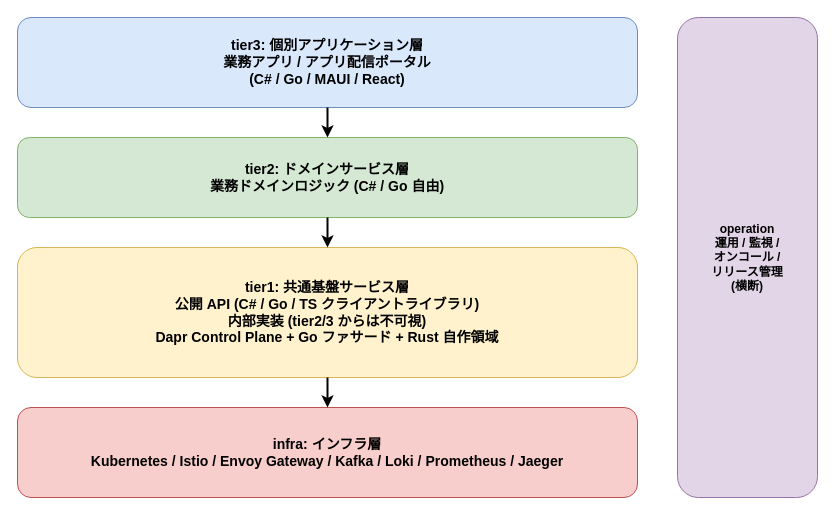
Above: docs/01_企画/02_アーキテクチャ/img/レイヤ構成.drawio in RyuheiKiso/k1s0 (draw.io), before the change. Source tidied: cells renumbered, new cells numbered last; positions are measured from the earlier drawing's top-left corner, leaving out a move shared by most shapes. Both pictures are drawn from the tidied source at 100%, with x=0, y=0 at pixel (17, 17).
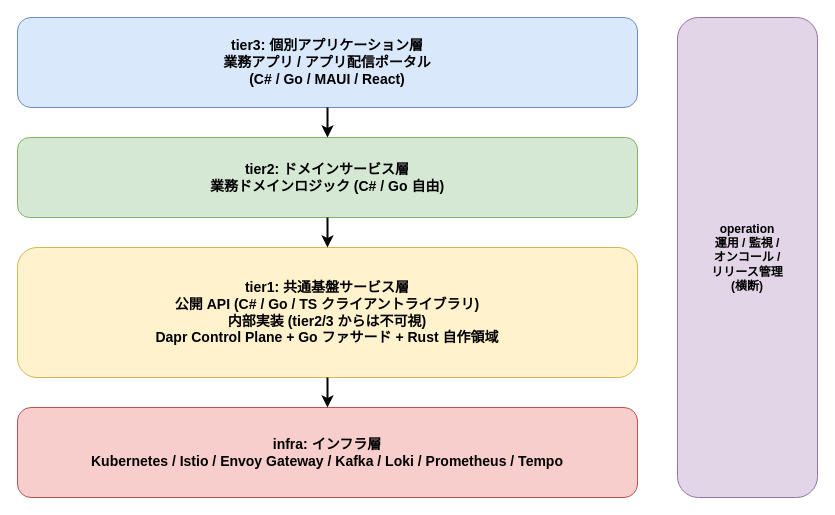
Above is the later version.

What changed in the source:
```diff
@@
 <mxGraphModel>
   <root>
     <mxCell id="0" />
     <mxCell id="1" parent="0" />
     <mxCell id="2" value="tier3: 個別アプリケーション層&#10;業務アプリ / アプリ配信ポータル&#10;(C# / Go / MAUI / React)" style="rounded=1;whiteSpace=wrap;html=1;fillColor=#dae8fc;strokeColor=#6c8ebf;fontSize=14;fontStyle=1;" parent="1" vertex="1">
       <mxGeometry width="620" height="90" as="geometry" />
     </mxCell>
     <mxCell id="3" value="tier2: ドメインサービス層&#10;業務ドメインロジック (C# / Go 自由)" style="rounded=1;whiteSpace=wrap;html=1;fillColor=#d5e8d4;strokeColor=#82b366;fontSize=14;fontStyle=1;" parent="1" vertex="1">
       <mxGeometry y="120" width="620" height="80" as="geometry" />
     </mxCell>
     <mxCell id="4" value="tier1: 共通基盤サービス層&#10;公開 API (C# / Go / TS クライアントライブラリ)&#10;内部実装 (tier2/3 からは不可視)&#10;Dapr Control Plane + Go ファサード + Rust 自作領域" style="rounded=1;whiteSpace=wrap;html=1;fillColor=#fff2cc;strokeColor=#d6b656;fontSize=14;fontStyle=1;" parent="1" vertex="1">
       <mxGeometry y="230" width="620" height="130" as="geometry" />
     </mxCell>
-    <mxCell id="5" value="infra: インフラ層&#10;Kubernetes / Istio / Envoy Gateway / Kafka / Loki / Prometheus / Jaeger" style="rounded=1;whiteSpace=wrap;html=1;fillColor=#f8cecc;strokeColor=#b85450;fontSize=14;fontStyle=1;" parent="1" vertex="1">
+    <mxCell id="5" value="infra: インフラ層&#10;Kubernetes / Istio / Envoy Gateway / Kafka / Loki / Prometheus / Tempo" style="rounded=1;whiteSpace=wrap;html=1;fillColor=#f8cecc;strokeColor=#b85450;fontSize=14;fontStyle=1;" parent="1" vertex="1">
       <mxGeometry y="390" width="620" height="90" as="geometry" />
     </mxCell>
     <mxCell id="6" value="operation&#10;運用 / 監視 /&#10;オンコール /&#10;リリース管理&#10;(横断)" style="rounded=1;whiteSpace=wrap;html=1;fillColor=#e1d5e7;strokeColor=#9673a6;fontSize=12;fontStyle=1;" parent="1" vertex="1">
       <mxGeometry x="660" width="140" height="480" as="geometry" />
     </mxCell>
     <mxCell id="7" style="endArrow=classic;html=1;strokeWidth=2;" parent="1" edge="1" source="2" target="3">
       <mxGeometry relative="1" as="geometry" />
     </mxCell>
     <mxCell id="8" style="endArrow=classic;html=1;strokeWidth=2;" parent="1" edge="1" source="3" target="4">
       <mxGeometry relative="1" as="geometry" />
     </mxCell>
     <mxCell id="9" style="endArrow=classic;html=1;strokeWidth=2;" parent="1" edge="1" source="4" target="5">
       <mxGeometry relative="1" as="geometry" />
     </mxCell>
   </root>
 </mxGraphModel>
```
